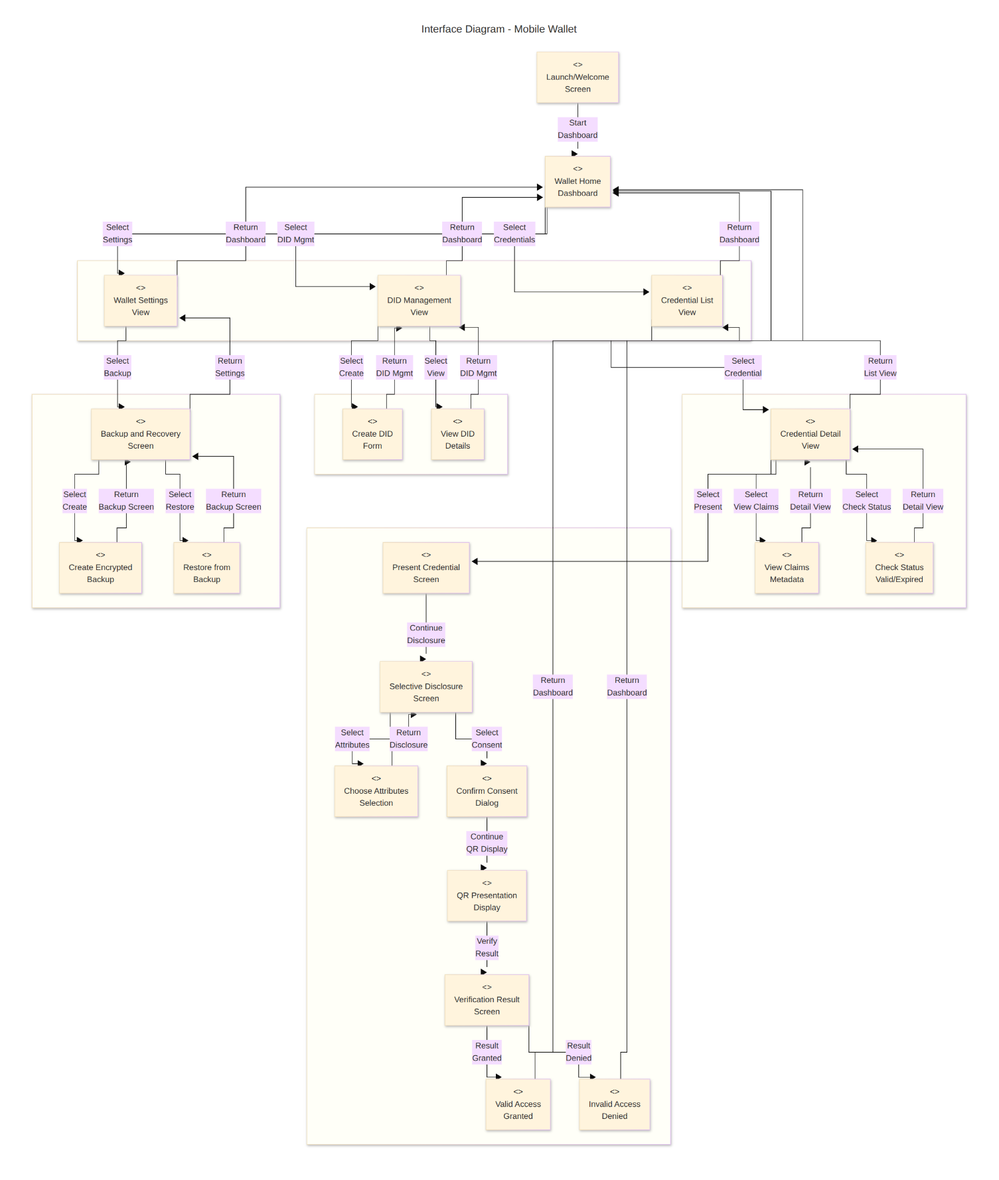
CHATEAUFORGE-LLC/QuantumZero keeps this Mermaid diagram as diagrams-png/interface-mobile.png. Above is the earlier version. Its source is kept beside it as diagrams/interface-mobile.mmd. Its diagram source:
```mermaid
---
title: Interface Diagram - Mobile Wallet
config:
  theme: base
  flowchart:
    curve: stepBefore
---
flowchart TB
    A["<<window>><br/>Launch/Welcome<br/>Screen"]

    A -->|"Start<br/>Dashboard"| B

    B["<<window>><br/>Wallet Home<br/>Dashboard"]

    subgraph MainNav [" "]
        direction LR
        K["<<window>><br/>DID Management<br/>View"]
        C["<<window>><br/>Credential List<br/>View"]
        I["<<window>><br/>Wallet Settings<br/>View"]
    end

    B -->|"Select<br/>DID Mgmt"| K
    B -->|"Select<br/>Credentials"| C
    B -->|"Select<br/>Settings"| I

    subgraph DIDGroup [" "]
        direction TB
        K1["<<report>><br/>Create DID<br/>Form"]
        K2["<<report>><br/>View DID<br/>Details"]
    end

    K -->|"Select<br/>Create"| K1
    K -->|"Select<br/>View"| K2

    K1 -->|"Return<br/>DID Mgmt"| K
    K2 -->|"Return<br/>DID Mgmt"| K
    K -->|"Return<br/>Dashboard"| B

    subgraph CredentialGroup [" "]
        direction TB
        D["<<window>><br/>Credential Detail<br/>View"]
        D1["<<report>><br/>View Claims<br/>Metadata"]
        D2["<<report>><br/>Check Status<br/>Valid/Expired"]
    end

    C -->|"Select<br/>Credential"| D
    D -->|"Return<br/>List View"| C
    C -->|"Return<br/>Dashboard"| B

    D -->|"Select<br/>View Claims"| D1
    D -->|"Select<br/>Check Status"| D2

    D1 -->|"Return<br/>Detail View"| D
    D2 -->|"Return<br/>Detail View"| D

    subgraph PresentationGroup [" "]
        direction TB
        E["<<window>><br/>Present Credential<br/>Screen"]
        F["<<window>><br/>Selective Disclosure<br/>Screen"]
        F1["<<report>><br/>Choose Attributes<br/>Selection"]
        F2["<<report>><br/>Confirm Consent<br/>Dialog"]
        G["<<window>><br/>QR Presentation<br/>Display"]
        H["<<window>><br/>Verification Result<br/>Screen"]
        H1["<<report>><br/>Valid Access<br/>Granted"]
        H2["<<report>><br/>Invalid Access<br/>Denied"]
    end

    D -->|"Select<br/>Present"| E
    E -->|"Continue<br/>Disclosure"| F

    F -->|"Select<br/>Attributes"| F1
    F -->|"Select<br/>Consent"| F2

    F1 -->|"Return<br/>Disclosure"| F
    F2 -->|"Continue<br/>QR Display"| G

    G -->|"Verify<br/>Result"| H

    H -->|"Result<br/>Granted"| H1
    H -->|"Result<br/>Denied"| H2

    H1 -->|"Return<br/>Dashboard"| B
    H2 -->|"Return<br/>Dashboard"| B

    subgraph SettingsGroup [" "]
        direction TB
        J["<<window>><br/>Backup and Recovery<br/>Screen"]
        J1["<<report>><br/>Create Encrypted<br/>Backup"]
        J2["<<report>><br/>Restore from<br/>Backup"]
    end

    I -->|"Select<br/>Backup"| J
    J -->|"Return<br/>Settings"| I
    I -->|"Return<br/>Dashboard"| B

    J -->|"Select<br/>Create"| J1
    J -->|"Select<br/>Restore"| J2

    J1 -->|"Return<br/>Backup Screen"| J
    J2 -->|"Return<br/>Backup Screen"| J
```
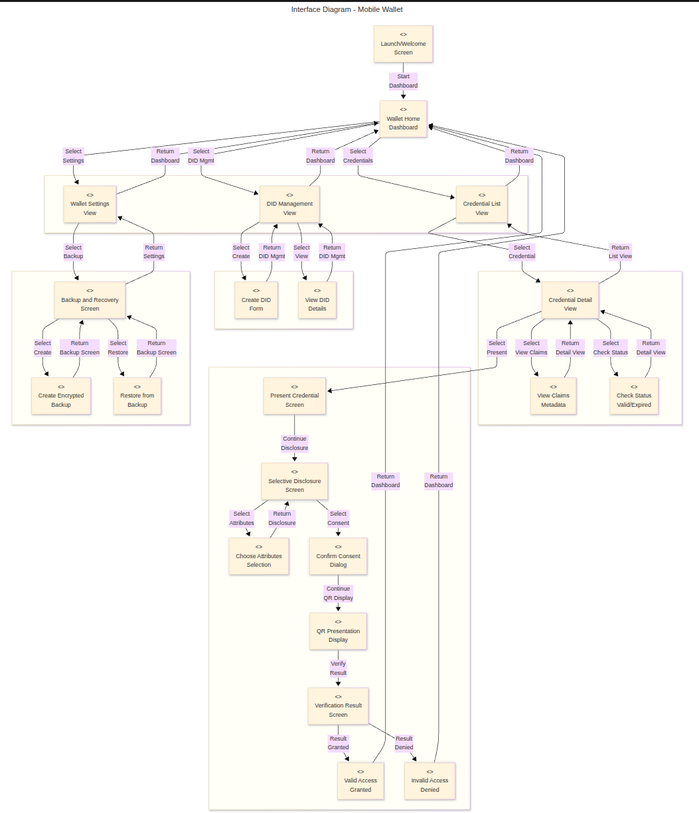
The same diagram one commit later.

Commit message:
update of base diagram

What changed in the source:
```diff
@@ -2,8 +2,6 @@
 title: Interface Diagram - Mobile Wallet
 config:
   theme: base
-  flowchart:
-    curve: stepBefore
 ---
 flowchart TB
     A["<<window>><br/>Launch/Welcome<br/>Screen"]
```
